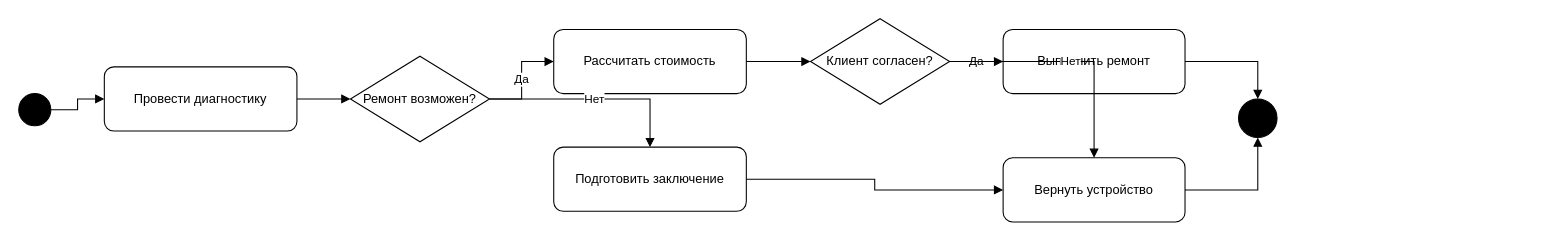
Earlier version of the draw.io diagram lab1/diagrams/activity.drawio (GordeyGS/visual-programming-labs-Gantsevich). Source tidied: cells renumbered, new cells numbered last; positions are measured from the earlier drawing's top-left corner, leaving out a move shared by most shapes. Both pictures are drawn from the tidied source at 107%, with x=0, y=0 at pixel (18, 18).
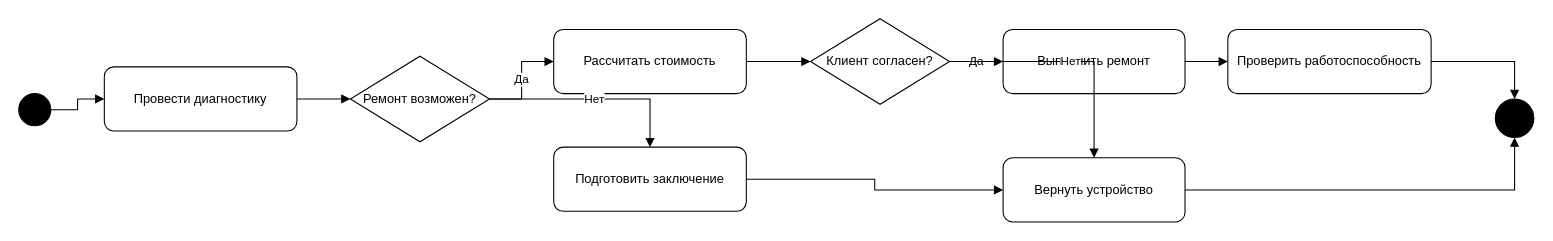
Above is the later version.

Commit message (it also covers changes not shown here):
Update UML and Mermaid diagrams

Unchanged cells that the change refers to:
```xml
<mxCell id="8" value="Выполнить ремонт" style="rounded=1;whiteSpace=wrap;html=1;" parent="1" vertex="1">
  <mxGeometry x="920" y="10" width="170" height="60" as="geometry" />
</mxCell>
```

Change to the diagram source:
```diff
@@
+    <mxCell id="21" value="Проверить работоспособность" style="rounded=1;whiteSpace=wrap;html=1;" parent="1" vertex="1">
+      <mxGeometry x="1130" y="10" width="190" height="60" as="geometry" />
+    </mxCell>
     <mxCell id="10" style="ellipse;html=1;shape=doubleEllipse;fillColor=#000000;" parent="1" vertex="1">
-      <mxGeometry x="1140" y="75" width="36" height="36" as="geometry" />
+      <mxGeometry x="1380" y="75" width="36" height="36" as="geometry" />
     </mxCell>
@@
-    <mxCell id="19" style="edgeStyle=orthogonalEdgeStyle;rounded=0;html=1;endArrow=block;" parent="1" edge="1" source="8" target="10">
+    <mxCell id="19" style="edgeStyle=orthogonalEdgeStyle;rounded=0;html=1;endArrow=block;" parent="1" edge="1" source="8" target="21">
       <mxGeometry relative="1" as="geometry" />
     </mxCell>
@@
+    <mxCell id="22" style="edgeStyle=orthogonalEdgeStyle;rounded=0;html=1;endArrow=block;" parent="1" edge="1" source="21" target="10">
+      <mxGeometry relative="1" as="geometry" />
+    </mxCell>
```
